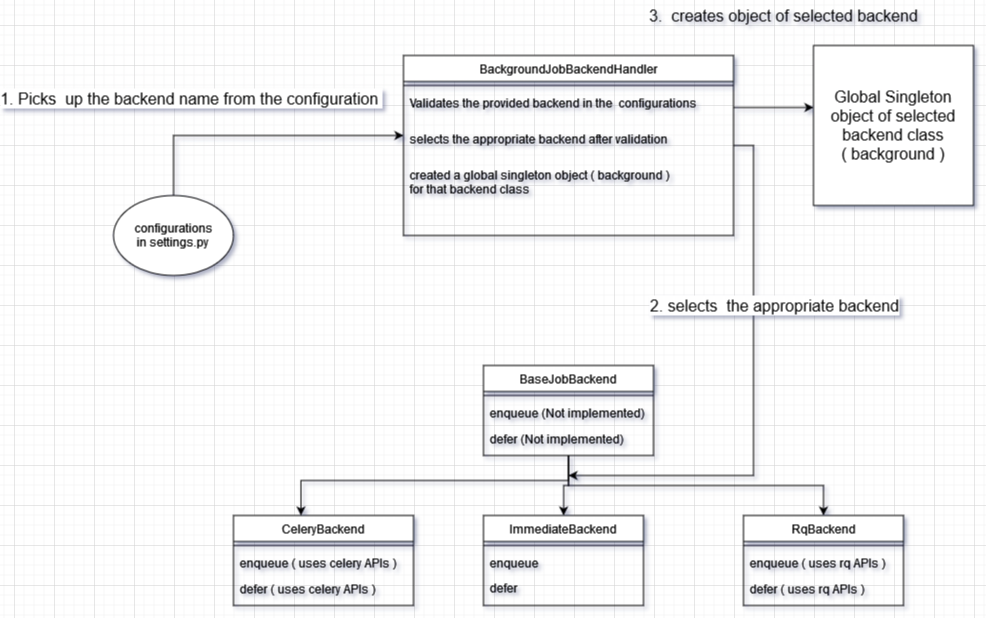
Earlier version of the draw.io export design-patterns/Untitled Diagram.drawio.png (salty-ivy/Advanced-programming-techniques). Source tidied: cells renumbered, new cells last; positions are measured from the earlier drawing's top-left corner, leaving out a move shared by most shapes. Its diagram source:
```xml
<mxGraphModel>
  <root>
    <mxCell id="0" />
    <mxCell id="1" parent="0" />
    <mxCell id="2" style="edgeStyle=orthogonalEdgeStyle;rounded=0;jettySize=auto;html=1;exitX=0.5;exitY=1;exitDx=0;exitDy=0;entryX=0.375;entryY=0;entryDx=0;entryDy=0;entryPerimeter=0;" parent="1" edge="1" source="5" target="9">
      <mxGeometry relative="1" as="geometry">
        <Array as="points">
          <mxPoint x="450" y="480" />
          <mxPoint x="180" y="480" />
        </Array>
      </mxGeometry>
    </mxCell>
    <mxCell id="3" style="edgeStyle=orthogonalEdgeStyle;rounded=0;jettySize=auto;html=1;exitX=0.5;exitY=1;exitDx=0;exitDy=0;" parent="1" edge="1" source="5">
      <mxGeometry relative="1" as="geometry">
        <mxPoint x="450.1" y="515" as="targetPoint" />
        <Array as="points">
          <mxPoint x="455" y="485" />
          <mxPoint x="450" y="485" />
        </Array>
      </mxGeometry>
    </mxCell>
    <mxCell id="4" style="edgeStyle=orthogonalEdgeStyle;rounded=0;jettySize=auto;html=1;exitX=0.5;exitY=1;exitDx=0;exitDy=0;entryX=0.5;entryY=0;entryDx=0;entryDy=0;" parent="1" edge="1" source="5" target="17">
      <mxGeometry relative="1" as="geometry" />
    </mxCell>
    <mxCell id="5" value="BaseJobBackend" style="swimlane;fontStyle=0;align=center;verticalAlign=top;horizontal=1;startSize=26;rounded=0;shadow=0;strokeWidth=1;" parent="1" vertex="1">
      <mxGeometry x="370" y="365" width="170" height="90" as="geometry" />
    </mxCell>
    <mxCell id="6" style="line;html=1;strokeWidth=1;align=left;verticalAlign=middle;spacingTop=-1;spacingLeft=3;spacingRight=3;labelPosition=right;" parent="5" vertex="1">
      <mxGeometry y="26" width="170" height="8" as="geometry" />
    </mxCell>
    <mxCell id="7" value="enqueue (Not implemented)" style="text;align=left;verticalAlign=top;spacingLeft=4;spacingRight=4;overflow=hidden;" parent="5" vertex="1">
      <mxGeometry y="34" width="170" height="26" as="geometry" />
    </mxCell>
    <mxCell id="8" value="defer (Not implemented)" style="text;align=left;verticalAlign=top;spacingLeft=4;spacingRight=4;overflow=hidden;" parent="5" vertex="1">
      <mxGeometry y="60" width="170" height="26" as="geometry" />
    </mxCell>
    <mxCell id="9" value="CeleryBackend" style="swimlane;fontStyle=0;align=center;verticalAlign=top;horizontal=1;startSize=26;rounded=0;shadow=0;strokeWidth=1;" parent="1" vertex="1">
      <mxGeometry x="120" y="515" width="180" height="90" as="geometry" />
    </mxCell>
    <mxCell id="10" style="line;html=1;strokeWidth=1;align=left;verticalAlign=middle;spacingTop=-1;spacingLeft=3;spacingRight=3;labelPosition=right;" parent="9" vertex="1">
      <mxGeometry y="26" width="180" height="8" as="geometry" />
    </mxCell>
    <mxCell id="11" value="enqueue ( uses celery APIs )" style="text;align=left;verticalAlign=top;spacingLeft=4;spacingRight=4;overflow=hidden;" parent="9" vertex="1">
      <mxGeometry y="34" width="180" height="26" as="geometry" />
    </mxCell>
    <mxCell id="12" value="defer ( uses celery APIs )" style="text;align=left;verticalAlign=top;spacingLeft=4;spacingRight=4;overflow=hidden;" parent="9" vertex="1">
      <mxGeometry y="60" width="180" height="26" as="geometry" />
    </mxCell>
    <mxCell id="13" value="ImmediateBackend" style="swimlane;fontStyle=0;align=center;verticalAlign=top;horizontal=1;startSize=26;rounded=0;shadow=0;strokeWidth=1;" parent="1" vertex="1">
      <mxGeometry x="370" y="515" width="160" height="90" as="geometry" />
    </mxCell>
    <mxCell id="14" style="line;html=1;strokeWidth=1;align=left;verticalAlign=middle;spacingTop=-1;spacingLeft=3;spacingRight=3;labelPosition=right;" parent="13" vertex="1">
      <mxGeometry y="26" width="160" height="8" as="geometry" />
    </mxCell>
    <mxCell id="15" value="enqueue " style="text;align=left;verticalAlign=top;spacingLeft=4;spacingRight=4;overflow=hidden;" parent="13" vertex="1">
      <mxGeometry y="34" width="160" height="25" as="geometry" />
    </mxCell>
    <mxCell id="16" value="defer" style="text;align=left;verticalAlign=top;spacingLeft=4;spacingRight=4;overflow=hidden;" parent="13" vertex="1">
      <mxGeometry y="59" width="160" height="26" as="geometry" />
    </mxCell>
    <mxCell id="17" value="RqBackend" style="swimlane;fontStyle=0;align=center;verticalAlign=top;horizontal=1;startSize=26;rounded=0;shadow=0;strokeWidth=1;" parent="1" vertex="1">
      <mxGeometry x="630" y="515" width="160" height="90" as="geometry" />
    </mxCell>
    <mxCell id="18" style="line;html=1;strokeWidth=1;align=left;verticalAlign=middle;spacingTop=-1;spacingLeft=3;spacingRight=3;labelPosition=right;" parent="17" vertex="1">
      <mxGeometry y="26" width="160" height="8" as="geometry" />
    </mxCell>
    <mxCell id="19" value="enqueue ( uses rq APIs )" style="text;align=left;verticalAlign=top;spacingLeft=4;spacingRight=4;overflow=hidden;" parent="17" vertex="1">
      <mxGeometry y="34" width="160" height="26" as="geometry" />
    </mxCell>
    <mxCell id="20" value="defer ( uses rq APIs )" style="text;align=left;verticalAlign=top;spacingLeft=4;spacingRight=4;overflow=hidden;" parent="17" vertex="1">
      <mxGeometry y="60" width="160" height="26" as="geometry" />
    </mxCell>
    <mxCell id="21" style="edgeStyle=orthogonalEdgeStyle;rounded=0;jettySize=auto;html=1;exitX=1;exitY=0.5;exitDx=0;exitDy=0;" parent="1" edge="1" source="23">
      <mxGeometry relative="1" as="geometry">
        <mxPoint x="455" y="475" as="targetPoint" />
        <Array as="points">
          <mxPoint x="640" y="145" />
          <mxPoint x="640" y="475" />
        </Array>
      </mxGeometry>
    </mxCell>
    <mxCell id="22" value="2. selects&amp;nbsp; the appropriate backend" style="edgeLabel;html=1;align=center;verticalAlign=middle;fontSize=16;" parent="21" vertex="1">
      <mxGeometry x="-0.42" y="6" relative="1" as="geometry">
        <mxPoint x="14" y="25" as="offset" />
      </mxGeometry>
    </mxCell>
    <mxCell id="23" value="BackgroundJobBackendHandler" style="swimlane;fontStyle=0;align=center;verticalAlign=top;horizontal=1;startSize=26;rounded=0;shadow=0;strokeWidth=1;" parent="1" vertex="1">
      <mxGeometry x="290" y="55" width="330" height="180" as="geometry" />
    </mxCell>
    <mxCell id="24" style="line;html=1;strokeWidth=1;align=left;verticalAlign=middle;spacingTop=-1;spacingLeft=3;spacingRight=3;labelPosition=right;" parent="23" vertex="1">
      <mxGeometry y="26" width="330" height="8" as="geometry" />
    </mxCell>
    <mxCell id="25" value="Validates the provided backend in the  configurations&#10;" style="text;align=left;verticalAlign=top;spacingLeft=4;spacingRight=4;overflow=hidden;points=[[0,0.5],[1,0.5]];portConstraint=eastwest;fontSize=12;" parent="23" vertex="1">
      <mxGeometry y="34" width="330" height="36" as="geometry" />
    </mxCell>
    <mxCell id="26" value="selects the appropriate backend after validation" style="text;align=left;verticalAlign=top;spacingLeft=4;spacingRight=4;overflow=hidden;" parent="23" vertex="1">
      <mxGeometry y="70" width="330" height="36" as="geometry" />
    </mxCell>
    <mxCell id="27" value="created a global singleton object ( background )&#10;for that backend class&#10;" style="text;align=left;verticalAlign=top;spacingLeft=4;spacingRight=4;overflow=hidden;" parent="23" vertex="1">
      <mxGeometry y="106" width="330" height="44" as="geometry" />
    </mxCell>
    <mxCell id="28" style="edgeStyle=orthogonalEdgeStyle;rounded=0;orthogonalLoop=1;jettySize=auto;html=1;" parent="1" edge="1">
      <mxGeometry relative="1" as="geometry">
        <mxPoint x="60" y="195.6" as="sourcePoint" />
        <mxPoint x="290" y="135" as="targetPoint" />
        <Array as="points">
          <mxPoint x="60" y="135" />
        </Array>
      </mxGeometry>
    </mxCell>
    <mxCell id="29" value="1. Picks&amp;nbsp; up the backend name from the configuration&amp;nbsp; " style="edgeLabel;html=1;align=center;verticalAlign=middle;fontSize=16;" parent="28" vertex="1">
      <mxGeometry x="-0.14" y="-1" relative="1" as="geometry">
        <mxPoint x="-48" y="-39" as="offset" />
      </mxGeometry>
    </mxCell>
    <mxCell id="30" value="&lt;div&gt;configurations&lt;/div&gt;&lt;div&gt;in settings.py&lt;br&gt;&lt;/div&gt;" style="ellipse;whiteSpace=wrap;html=1;" parent="1" vertex="1">
      <mxGeometry y="195" width="120" height="80" as="geometry" />
    </mxCell>
    <mxCell id="31" style="edgeStyle=orthogonalEdgeStyle;rounded=0;jettySize=auto;html=1;exitX=1;exitY=0.5;exitDx=0;exitDy=0;fontSize=16;" parent="1" edge="1" source="25">
      <mxGeometry relative="1" as="geometry">
        <mxPoint x="700" y="107" as="targetPoint" />
      </mxGeometry>
    </mxCell>
    <mxCell id="32" value="&lt;div&gt;Global Singleton&lt;/div&gt;&lt;div&gt;object of selected&lt;/div&gt;&lt;div&gt;backend class&lt;/div&gt;&lt;div&gt;( background )&lt;br&gt;&lt;/div&gt;" style="whiteSpace=wrap;html=1;fontSize=16;" parent="1" vertex="1">
      <mxGeometry x="700" y="45" width="160" height="160" as="geometry" />
    </mxCell>
    <mxCell id="33" value="3.&amp;nbsp; creates object of selected backend" style="text;html=1;align=center;verticalAlign=middle;strokeColor=none;fillColor=none;fontSize=16;" parent="1" vertex="1">
      <mxGeometry x="525" width="290" height="30" as="geometry" />
    </mxCell>
  </root>
</mxGraphModel>
```
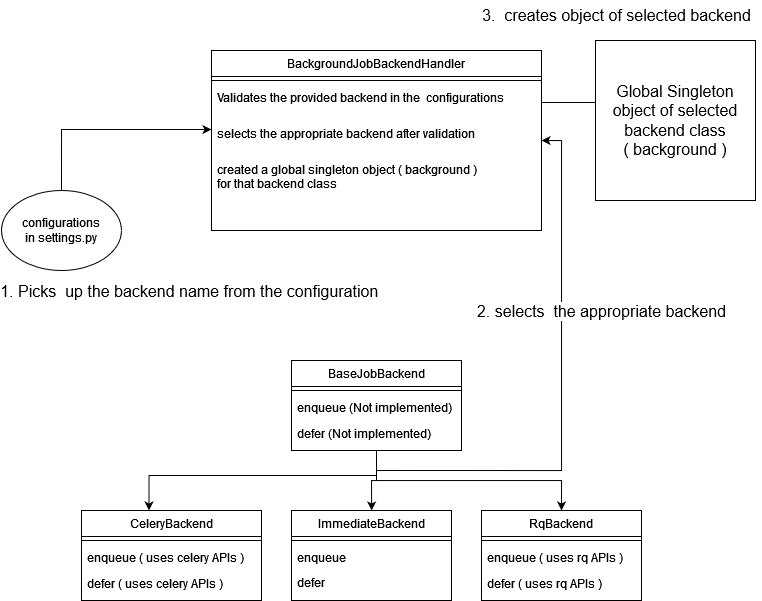
Later version of the same file.

Change to the diagram source:
```diff
@@ -35,7 +35,7 @@
       <mxGeometry y="60" width="170" height="26" as="geometry" />
     </mxCell>
     <mxCell id="9" value="CeleryBackend" style="swimlane;fontStyle=0;align=center;verticalAlign=top;horizontal=1;startSize=26;rounded=0;shadow=0;strokeWidth=1;" parent="1" vertex="1">
-      <mxGeometry x="120" y="515" width="180" height="90" as="geometry" />
+      <mxGeometry x="160" y="515" width="180" height="90" as="geometry" />
     </mxCell>
     <mxCell id="10" style="line;html=1;strokeWidth=1;align=left;verticalAlign=middle;spacingTop=-1;spacingLeft=3;spacingRight=3;labelPosition=right;" parent="9" vertex="1">
       <mxGeometry y="26" width="180" height="8" as="geometry" />
@@ -59,7 +59,7 @@
       <mxGeometry y="59" width="160" height="26" as="geometry" />
     </mxCell>
     <mxCell id="17" value="RqBackend" style="swimlane;fontStyle=0;align=center;verticalAlign=top;horizontal=1;startSize=26;rounded=0;shadow=0;strokeWidth=1;" parent="1" vertex="1">
-      <mxGeometry x="630" y="515" width="160" height="90" as="geometry" />
+      <mxGeometry x="560" y="515" width="160" height="90" as="geometry" />
     </mxCell>
     <mxCell id="18" style="line;html=1;strokeWidth=1;align=left;verticalAlign=middle;spacingTop=-1;spacingLeft=3;spacingRight=3;labelPosition=right;" parent="17" vertex="1">
       <mxGeometry y="26" width="160" height="8" as="geometry" />
@@ -70,18 +70,18 @@
     <mxCell id="20" value="defer ( uses rq APIs )" style="text;align=left;verticalAlign=top;spacingLeft=4;spacingRight=4;overflow=hidden;" parent="17" vertex="1">
       <mxGeometry y="60" width="160" height="26" as="geometry" />
     </mxCell>
-    <mxCell id="21" style="edgeStyle=orthogonalEdgeStyle;rounded=0;jettySize=auto;html=1;exitX=1;exitY=0.5;exitDx=0;exitDy=0;" parent="1" edge="1" source="23">
+    <mxCell id="21" style="edgeStyle=orthogonalEdgeStyle;rounded=0;jettySize=auto;html=1;exitX=1;exitY=0.5;exitDx=0;exitDy=0;entryX=1;entryY=0.5;entryDx=0;entryDy=0;" parent="1" edge="1" target="23">
       <mxGeometry relative="1" as="geometry">
-        <mxPoint x="455" y="475" as="targetPoint" />
+        <mxPoint x="455" y="475" as="sourcePoint" />
         <Array as="points">
+          <mxPoint x="640" y="475" />
           <mxPoint x="640" y="145" />
-          <mxPoint x="640" y="475" />
         </Array>
       </mxGeometry>
     </mxCell>
     <mxCell id="22" value="2. selects&amp;nbsp; the appropriate backend" style="edgeLabel;html=1;align=center;verticalAlign=middle;fontSize=16;" parent="21" vertex="1">
       <mxGeometry x="-0.42" y="6" relative="1" as="geometry">
-        <mxPoint x="14" y="25" as="offset" />
+        <mxPoint x="70" y="-154" as="offset" />
       </mxGeometry>
     </mxCell>
     <mxCell id="23" value="BackgroundJobBackendHandler" style="swimlane;fontStyle=0;align=center;verticalAlign=top;horizontal=1;startSize=26;rounded=0;shadow=0;strokeWidth=1;" parent="1" vertex="1">
@@ -101,20 +101,20 @@
     </mxCell>
     <mxCell id="28" style="edgeStyle=orthogonalEdgeStyle;rounded=0;orthogonalLoop=1;jettySize=auto;html=1;" parent="1" edge="1">
       <mxGeometry relative="1" as="geometry">
-        <mxPoint x="60" y="195.6" as="sourcePoint" />
-        <mxPoint x="290" y="135" as="targetPoint" />
+        <mxPoint x="140" y="195" as="sourcePoint" />
+        <mxPoint x="290" y="134" as="targetPoint" />
         <Array as="points">
-          <mxPoint x="60" y="135" />
+          <mxPoint x="140" y="134.4" />
         </Array>
       </mxGeometry>
     </mxCell>
     <mxCell id="29" value="1. Picks&amp;nbsp; up the backend name from the configuration&amp;nbsp; " style="edgeLabel;html=1;align=center;verticalAlign=middle;fontSize=16;" parent="28" vertex="1">
       <mxGeometry x="-0.14" y="-1" relative="1" as="geometry">
-        <mxPoint x="-48" y="-39" as="offset" />
+        <mxPoint x="100" y="160" as="offset" />
       </mxGeometry>
     </mxCell>
     <mxCell id="30" value="&lt;div&gt;configurations&lt;/div&gt;&lt;div&gt;in settings.py&lt;br&gt;&lt;/div&gt;" style="ellipse;whiteSpace=wrap;html=1;" parent="1" vertex="1">
-      <mxGeometry y="195" width="120" height="80" as="geometry" />
+      <mxGeometry x="80" y="195" width="120" height="80" as="geometry" />
     </mxCell>
     <mxCell id="31" style="edgeStyle=orthogonalEdgeStyle;rounded=0;jettySize=auto;html=1;exitX=1;exitY=0.5;exitDx=0;exitDy=0;fontSize=16;" parent="1" edge="1" source="25">
       <mxGeometry relative="1" as="geometry">
@@ -122,10 +122,10 @@
       </mxGeometry>
     </mxCell>
     <mxCell id="32" value="&lt;div&gt;Global Singleton&lt;/div&gt;&lt;div&gt;object of selected&lt;/div&gt;&lt;div&gt;backend class&lt;/div&gt;&lt;div&gt;( background )&lt;br&gt;&lt;/div&gt;" style="whiteSpace=wrap;html=1;fontSize=16;" parent="1" vertex="1">
-      <mxGeometry x="700" y="45" width="160" height="160" as="geometry" />
+      <mxGeometry x="674" y="45" width="160" height="160" as="geometry" />
     </mxCell>
     <mxCell id="33" value="3.&amp;nbsp; creates object of selected backend" style="text;html=1;align=center;verticalAlign=middle;strokeColor=none;fillColor=none;fontSize=16;" parent="1" vertex="1">
-      <mxGeometry x="525" width="290" height="30" as="geometry" />
+      <mxGeometry x="550" y="5" width="290" height="30" as="geometry" />
     </mxCell>
   </root>
 </mxGraphModel>
```
